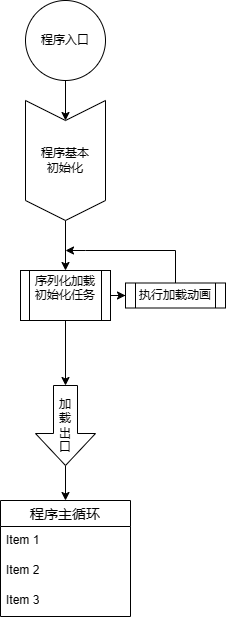
Earlier version of the draw.io export 游戏框架/未命名绘图.drawio.png (AliceAuto/-Funcode-). Source tidied: cells renumbered, new cells last; positions are measured from the earlier drawing's top-left corner, leaving out a move shared by most shapes.
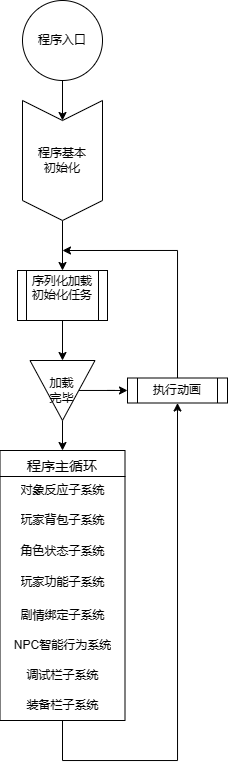
Later version of the same file.

Commit message:
更新未命名绘图.drawio.png

The edit, as a diff of the source:
```diff
@@ -14,44 +14,68 @@
     <mxCell id="5" value="程序基本&lt;div&gt;初始化&lt;/div&gt;" style="shape=step;perimeter=stepPerimeter;whiteSpace=wrap;html=1;fixedSize=1;rounded=0;direction=south;" parent="1" vertex="1">
       <mxGeometry x="25" y="100" width="80" height="120" as="geometry" />
     </mxCell>
-    <mxCell id="6" style="edgeStyle=orthogonalEdgeStyle;rounded=0;jettySize=auto;html=1;" parent="1" edge="1" source="8" target="9">
-      <mxGeometry relative="1" as="geometry" />
+    <mxCell id="6" style="edgeStyle=orthogonalEdgeStyle;rounded=0;jettySize=auto;html=1;entryX=0.5;entryY=1;entryDx=0;entryDy=0;exitX=0.5;exitY=1;exitDx=0;exitDy=0;" parent="1" edge="1" source="23" target="9">
+      <mxGeometry relative="1" as="geometry">
+        <Array as="points">
+          <mxPoint x="65" y="760" />
+          <mxPoint x="180" y="760" />
+        </Array>
+      </mxGeometry>
     </mxCell>
-    <mxCell id="7" style="edgeStyle=orthogonalEdgeStyle;rounded=0;jettySize=auto;html=1;" parent="1" edge="1" source="8" target="12">
-      <mxGeometry relative="1" as="geometry" />
-    </mxCell>
+    <mxCell id="17" style="edgeStyle=orthogonalEdgeStyle;rounded=0;jettySize=auto;html=1;" parent="1" edge="1" source="8" target="25">
+      <mxGeometry relative="1" as="geometry" />
+    </mxCell>
     <mxCell id="8" value="序列化加载初始化任务&lt;div&gt;&lt;br&gt;&lt;/div&gt;" style="shape=process;whiteSpace=wrap;html=1;backgroundOutline=1;rounded=0;" parent="1" vertex="1">
       <mxGeometry x="20" y="270" width="90" height="50" as="geometry" />
     </mxCell>
-    <mxCell id="9" value="执行加载动画" style="shape=process;whiteSpace=wrap;html=1;backgroundOutline=1;rounded=0;" parent="1" vertex="1">
-      <mxGeometry x="125" y="282.5" width="100" height="25" as="geometry" />
+    <mxCell id="9" value="执行动画" style="shape=process;whiteSpace=wrap;html=1;backgroundOutline=1;rounded=0;" parent="1" vertex="1">
+      <mxGeometry x="130" y="377.5" width="100" height="25" as="geometry" />
     </mxCell>
-    <mxCell id="10" style="edgeStyle=orthogonalEdgeStyle;rounded=0;jettySize=auto;html=1;" parent="1" edge="1" source="9">
+    <mxCell id="10" style="edgeStyle=orthogonalEdgeStyle;rounded=0;jettySize=auto;html=1;exitX=0.5;exitY=0;exitDx=0;exitDy=0;" parent="1" edge="1" source="9">
       <mxGeometry relative="1" as="geometry">
         <mxPoint x="65" y="250" as="targetPoint" />
         <Array as="points">
-          <mxPoint x="175" y="250" />
-          <mxPoint x="85" y="250" />
+          <mxPoint x="180" y="250" />
         </Array>
       </mxGeometry>
     </mxCell>
-    <mxCell id="11" style="edgeStyle=orthogonalEdgeStyle;rounded=0;jettySize=auto;html=1;entryX=0.5;entryY=0;entryDx=0;entryDy=0;" parent="1" edge="1" source="12" target="13">
-      <mxGeometry relative="1" as="geometry" />
+    <mxCell id="11" style="edgeStyle=orthogonalEdgeStyle;rounded=0;jettySize=auto;html=1;entryX=0.5;entryY=0;entryDx=0;entryDy=0;" parent="1" edge="1" target="13">
+      <mxGeometry relative="1" as="geometry">
+        <mxPoint x="65" y="420" as="sourcePoint" />
+      </mxGeometry>
     </mxCell>
-    <mxCell id="12" value="加&lt;div&gt;载&lt;/div&gt;&lt;div&gt;出&lt;/div&gt;&lt;div&gt;口&lt;/div&gt;" style="shape=singleArrow;whiteSpace=wrap;html=1;arrowWidth=0.4;arrowSize=0.4;rounded=0;direction=south;" parent="1" vertex="1">
-      <mxGeometry x="35" y="385" width="60" height="80" as="geometry" />
-    </mxCell>
-    <mxCell id="13" value="程序主循环" style="swimlane;fontStyle=0;horizontal=1;startSize=26;align=center;fontSize=14;" parent="1" vertex="1">
-      <mxGeometry y="500" width="130" height="116" as="geometry" />
+    <mxCell id="13" value="程序主循环" style="swimlane;fontStyle=0;horizontal=1;startSize=26;align=center;fontSize=14;spacingTop=4;" parent="1" vertex="1">
+      <mxGeometry x="2.5" y="450" width="125" height="270" as="geometry" />
     </mxCell>
-    <mxCell id="14" value="Item 1" style="text;strokeColor=none;fillColor=none;spacingLeft=4;spacingRight=4;overflow=hidden;fontSize=12;whiteSpace=wrap;html=1;" parent="13" vertex="1">
-      <mxGeometry y="26" width="130" height="30" as="geometry" />
+    <mxCell id="14" value="对象反应子系统" style="text;strokeColor=none;fillColor=none;spacingLeft=4;spacingRight=4;overflow=hidden;fontSize=12;whiteSpace=wrap;html=1;align=center;" parent="13" vertex="1">
+      <mxGeometry y="26" width="125" height="30" as="geometry" />
     </mxCell>
-    <mxCell id="15" value="Item 2" style="text;strokeColor=none;fillColor=none;spacingLeft=4;spacingRight=4;overflow=hidden;fontSize=12;whiteSpace=wrap;html=1;" parent="13" vertex="1">
-      <mxGeometry y="56" width="130" height="30" as="geometry" />
-    </mxCell>
-    <mxCell id="16" value="Item 3" style="text;strokeColor=none;fillColor=none;spacingLeft=4;spacingRight=4;overflow=hidden;fontSize=12;whiteSpace=wrap;html=1;" parent="13" vertex="1">
-      <mxGeometry y="86" width="130" height="30" as="geometry" />
+    <mxCell id="16" value="玩家背包子系统" style="text;strokeColor=none;fillColor=none;spacingLeft=4;spacingRight=4;overflow=hidden;fontSize=12;whiteSpace=wrap;html=1;align=center;" parent="13" vertex="1">
+      <mxGeometry y="56" width="125" height="30" as="geometry" />
     </mxCell>
+    <mxCell id="18" value="角色状态子系统" style="text;html=1;align=center;verticalAlign=middle;whiteSpace=wrap;rounded=0;spacingLeft=4;spacingRight=4;" parent="13" vertex="1">
+      <mxGeometry y="86" width="125" height="30" as="geometry" />
+    </mxCell>
+    <mxCell id="19" value="玩家功能子系统&lt;div&gt;&lt;br&gt;&lt;/div&gt;" style="text;strokeColor=none;fillColor=none;spacingLeft=4;spacingRight=4;overflow=hidden;fontSize=12;whiteSpace=wrap;html=1;align=center;spacingTop=2;" parent="13" vertex="1">
+      <mxGeometry y="116" width="125" height="34" as="geometry" />
+    </mxCell>
+    <mxCell id="20" value="剧情绑定子系统" style="text;strokeColor=none;fillColor=none;align=center;verticalAlign=middle;spacingLeft=4;spacingRight=4;overflow=hidden;whiteSpace=wrap;html=1;" parent="13" vertex="1">
+      <mxGeometry y="150" width="125" height="30" as="geometry" />
+    </mxCell>
+    <mxCell id="21" value="NPC智能行为系统" style="text;strokeColor=none;fillColor=none;align=center;verticalAlign=middle;spacingLeft=4;spacingRight=4;overflow=hidden;whiteSpace=wrap;html=1;" parent="13" vertex="1">
+      <mxGeometry y="180" width="125" height="30" as="geometry" />
+    </mxCell>
+    <mxCell id="22" value="调试栏子系统" style="text;html=1;align=center;verticalAlign=middle;whiteSpace=wrap;rounded=0;spacingLeft=4;spacingRight=4;" parent="13" vertex="1">
+      <mxGeometry y="210" width="125" height="30" as="geometry" />
+    </mxCell>
+    <mxCell id="23" value="装备栏子系统" style="text;html=1;align=center;verticalAlign=middle;whiteSpace=wrap;rounded=0;spacingLeft=4;spacingRight=4;" parent="13" vertex="1">
+      <mxGeometry y="240" width="125" height="30" as="geometry" />
+    </mxCell>
+    <mxCell id="24" style="edgeStyle=orthogonalEdgeStyle;rounded=0;jettySize=auto;html=1;" parent="1" edge="1" source="25" target="9">
+      <mxGeometry relative="1" as="geometry" />
+    </mxCell>
+    <mxCell id="25" value="加&lt;span style=&quot;background-color: initial;&quot;&gt;载&lt;/span&gt;&lt;div&gt;完毕&lt;/div&gt;" style="triangle;whiteSpace=wrap;html=1;direction=south;" parent="1" vertex="1">
+      <mxGeometry x="32.5" y="360" width="65" height="60" as="geometry" />
+    </mxCell>
   </root>
 </mxGraphModel>
```
